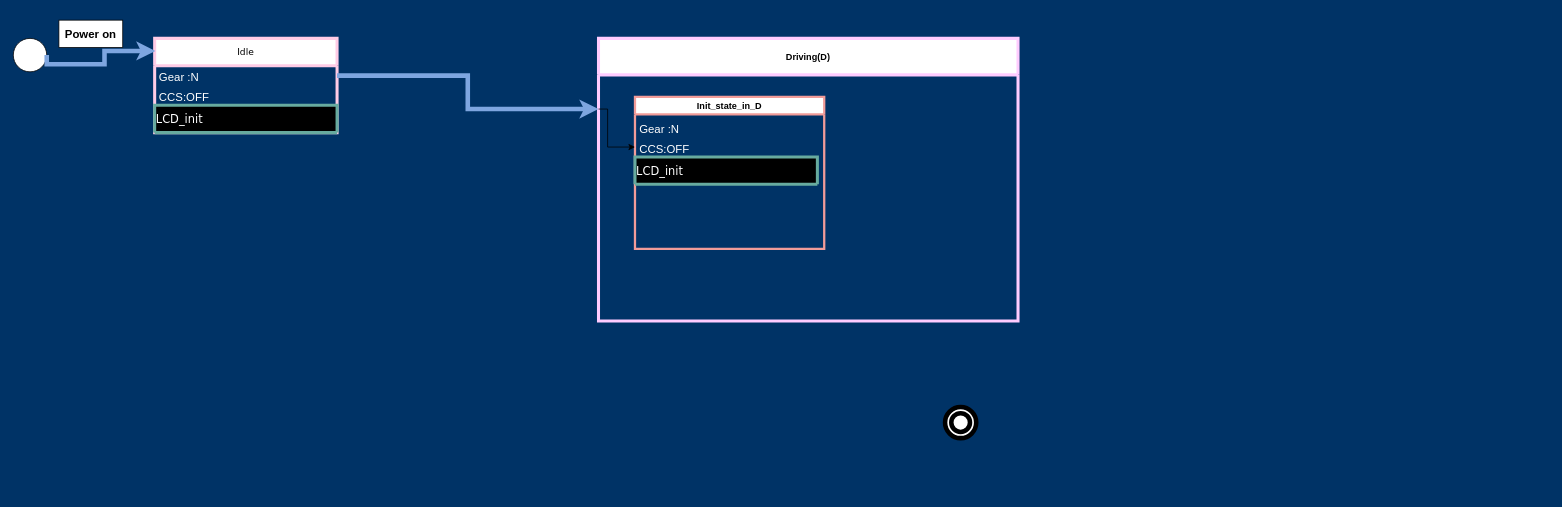
HESHAM47GAMAL/Car_system keeps this draw.io diagram as Car_system.drawio. Above is the earlier version. Source tidied: cells renumbered, new cells numbered last; positions are measured from the earlier drawing's top-left corner, leaving out a move shared by most shapes. Both pictures are drawn from the tidied source at 76%, with x=0, y=0 at pixel (13, 20).
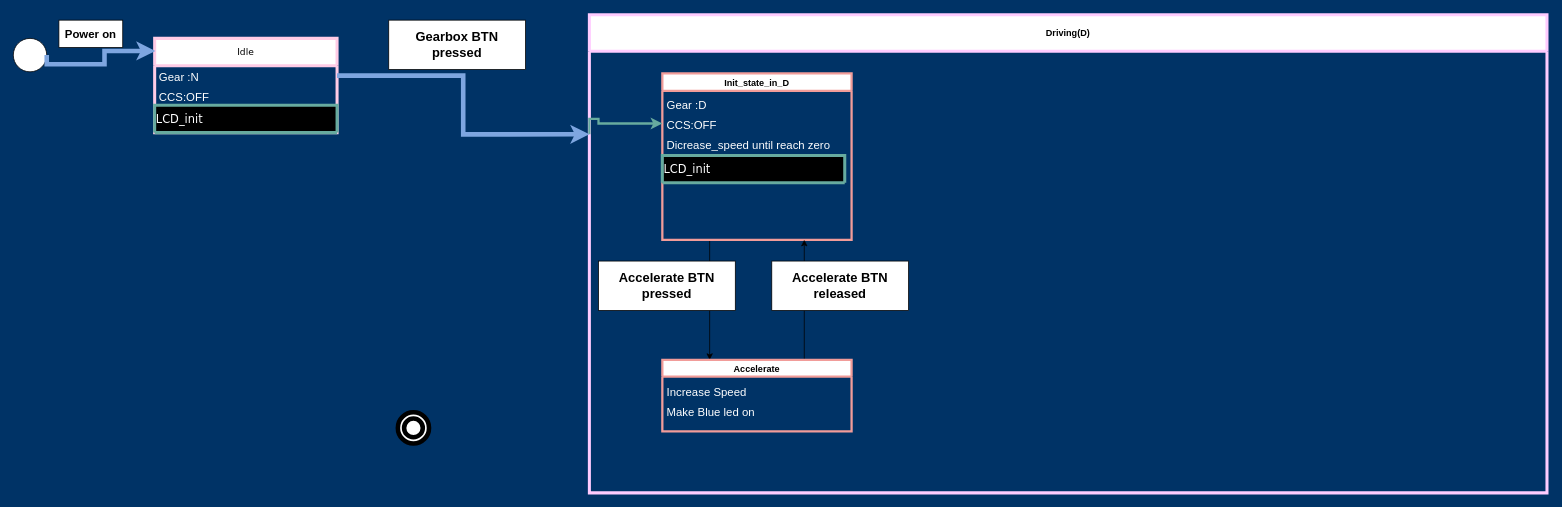
The same diagram, later.

Commit message:
D_keep_going_Car_system.drawio

Diff of the diagram source:
```diff
@@
     <mxCell id="3" style="ellipse;shape=doubleEllipse;whiteSpace=wrap;html=1;gradientColor=none;fillColor=default;fillStyle=auto;shadow=0;textShadow=0;perimeterSpacing=0;strokeWidth=6;" parent="1" vertex="1">
-      <mxGeometry x="1226" y="509" width="41" height="41" as="geometry" />
+      <mxGeometry x="506" y="516" width="41" height="41" as="geometry" />
     </mxCell>
@@
     <mxCell id="10" value="Driving(D)" style="swimlane;startSize=48;strokeWidth=4;strokeColor=#FFCCFF;" parent="1" vertex="1">
-      <mxGeometry x="770" y="24" width="552" height="372" as="geometry" />
+      <mxGeometry x="758" y="-7" width="1260" height="629" as="geometry" />
     </mxCell>
+    <mxCell id="17" style="edgeStyle=orthogonalEdgeStyle;rounded=0;jettySize=auto;html=1;exitX=0.25;exitY=1;exitDx=0;exitDy=0;entryX=0.25;entryY=0;entryDx=0;entryDy=0;" parent="10" edge="1" source="11" target="20">
+      <mxGeometry relative="1" as="geometry" />
+    </mxCell>
     <mxCell id="11" value="Init_state_in_D" style="swimlane;strokeWidth=3;strokeColor=#F19C99;" parent="10" vertex="1">
-      <mxGeometry x="48" y="77" width="249" height="200" as="geometry" />
+      <mxGeometry x="96" y="77" width="249" height="219" as="geometry" />
     </mxCell>
-    <mxCell id="12" value="&lt;font style=&quot;font-size: 15px;&quot; color=&quot;#ffffff&quot;&gt;Gear :N&lt;/font&gt;" style="text;strokeColor=none;fillColor=none;align=left;verticalAlign=top;spacingLeft=4;spacingRight=4;overflow=hidden;whiteSpace=wrap;html=1;" parent="11" vertex="1">
+    <mxCell id="12" value="&lt;font style=&quot;font-size: 15px;&quot; color=&quot;#ffffff&quot;&gt;Gear :D&lt;/font&gt;" style="text;strokeColor=none;fillColor=none;align=left;verticalAlign=top;spacingLeft=4;spacingRight=4;overflow=hidden;whiteSpace=wrap;html=1;" parent="11" vertex="1">
       <mxGeometry y="27" width="240" height="26" as="geometry" />
     </mxCell>
-    <mxCell id="13" value="&lt;font style=&quot;font-size: 15px;&quot; color=&quot;#ffffff&quot;&gt;CCS:OFF&lt;/font&gt;" style="text;strokeColor=none;fillColor=none;align=left;verticalAlign=top;spacingLeft=4;spacingRight=4;overflow=hidden;points=[[0,0.5],[1,0.5]];portConstraint=eastwest;whiteSpace=wrap;html=1;" parent="11" vertex="1">
+    <mxCell id="13" value="&lt;font style=&quot;font-size: 15px;&quot; color=&quot;#ffffff&quot;&gt;CCS:OFF&lt;/font&gt;" style="text;strokeColor=none;fillColor=none;align=left;verticalAlign=top;spacingLeft=4;spacingRight=4;overflow=hidden;points=[[0,0.5,0,0,0],[1,0.5,0,0,0]];portConstraint=eastwest;whiteSpace=wrap;html=1;" parent="11" vertex="1">
       <mxGeometry y="53" width="240" height="26" as="geometry" />
     </mxCell>
     <mxCell id="14" value="&lt;font style=&quot;font-size: 15px;&quot;&gt;LCD_init&lt;/font&gt;" style="swimlane;fontStyle=0;horizontal=1;startSize=36;whiteSpace=wrap;html=1;fontFamily=Verdana;fontColor=#FFFFFF;rounded=0;fillColor=#000000;align=left;strokeColor=#67AB9F;strokeWidth=4;" parent="11" vertex="1" collapsed="1">
-      <mxGeometry y="79" width="240" height="36" as="geometry" />
+      <mxGeometry y="108" width="240" height="36" as="geometry" />
     </mxCell>
+    <mxCell id="18" value="&lt;font style=&quot;font-size: 15px;&quot; color=&quot;#ffffff&quot;&gt;Dicrease_speed until reach zero&lt;/font&gt;" style="text;strokeColor=none;fillColor=none;align=left;verticalAlign=top;spacingLeft=4;spacingRight=4;overflow=hidden;whiteSpace=wrap;html=1;" parent="11" vertex="1">
+      <mxGeometry y="79" width="240" height="26" as="geometry" />
+    </mxCell>
-    <mxCell id="15" style="edgeStyle=orthogonalEdgeStyle;rounded=0;jettySize=auto;html=1;exitX=0;exitY=0.25;exitDx=0;exitDy=0;entryX=0;entryY=0.5;entryDx=0;entryDy=0;" parent="10" edge="1" source="10" target="13">
+    <mxCell id="15" style="edgeStyle=orthogonalEdgeStyle;rounded=0;jettySize=auto;html=1;exitX=0;exitY=0.25;exitDx=0;exitDy=0;strokeWidth=3;strokeColor=#67AB9F;entryX=0;entryY=0.5;entryDx=0;entryDy=0;entryPerimeter=0;" parent="10" edge="1" source="10" target="13">
       <mxGeometry relative="1" as="geometry">
         <Array as="points">
-          <mxPoint x="12" y="93" />
+          <mxPoint y="137" />
+          <mxPoint x="12" y="137" />
           <mxPoint x="12" y="143" />
         </Array>
       </mxGeometry>
     </mxCell>
+    <mxCell id="19" style="edgeStyle=orthogonalEdgeStyle;rounded=0;jettySize=auto;html=1;exitX=0.75;exitY=0;exitDx=0;exitDy=0;entryX=0.75;entryY=1;entryDx=0;entryDy=0;" parent="10" edge="1" source="20" target="11">
+      <mxGeometry relative="1" as="geometry" />
+    </mxCell>
+    <mxCell id="20" value="Accelerate" style="swimlane;strokeWidth=3;strokeColor=#F19C99;startSize=22;" parent="10" vertex="1">
+      <mxGeometry x="96" y="454" width="249" height="94" as="geometry" />
+    </mxCell>
+    <mxCell id="21" value="&lt;font style=&quot;font-size: 15px;&quot; color=&quot;#ffffff&quot;&gt;Increase Speed&lt;/font&gt;" style="text;strokeColor=none;fillColor=none;align=left;verticalAlign=top;spacingLeft=4;spacingRight=4;overflow=hidden;whiteSpace=wrap;html=1;" parent="20" vertex="1">
+      <mxGeometry y="27" width="240" height="26" as="geometry" />
+    </mxCell>
+    <mxCell id="22" value="&lt;font style=&quot;font-size: 15px;&quot; color=&quot;#ffffff&quot;&gt;Make Blue led on&amp;nbsp;&lt;/font&gt;" style="text;strokeColor=none;fillColor=none;align=left;verticalAlign=top;spacingLeft=4;spacingRight=4;overflow=hidden;whiteSpace=wrap;html=1;" parent="20" vertex="1">
+      <mxGeometry y="53" width="240" height="26" as="geometry" />
+    </mxCell>
+    <mxCell id="23" value="&lt;b&gt;&lt;font style=&quot;font-size: 17px;&quot;&gt;Accelerate BTN pressed&lt;/font&gt;&lt;/b&gt;" style="rounded=0;whiteSpace=wrap;html=1;" parent="10" vertex="1">
+      <mxGeometry x="12" y="324" width="180" height="65" as="geometry" />
+    </mxCell>
+    <mxCell id="24" value="&lt;b&gt;&lt;font style=&quot;font-size: 17px;&quot;&gt;Accelerate BTN released&lt;/font&gt;&lt;/b&gt;" style="rounded=0;whiteSpace=wrap;html=1;" parent="10" vertex="1">
+      <mxGeometry x="240" y="324" width="180" height="65" as="geometry" />
+    </mxCell>
@@
+    <mxCell id="25" value="&lt;b&gt;&lt;font style=&quot;font-size: 17px;&quot;&gt;Gearbox BTN pressed&lt;/font&gt;&lt;/b&gt;" style="rounded=0;whiteSpace=wrap;html=1;" parent="1" vertex="1">
+      <mxGeometry x="494" width="180" height="65" as="geometry" />
+    </mxCell>
```
